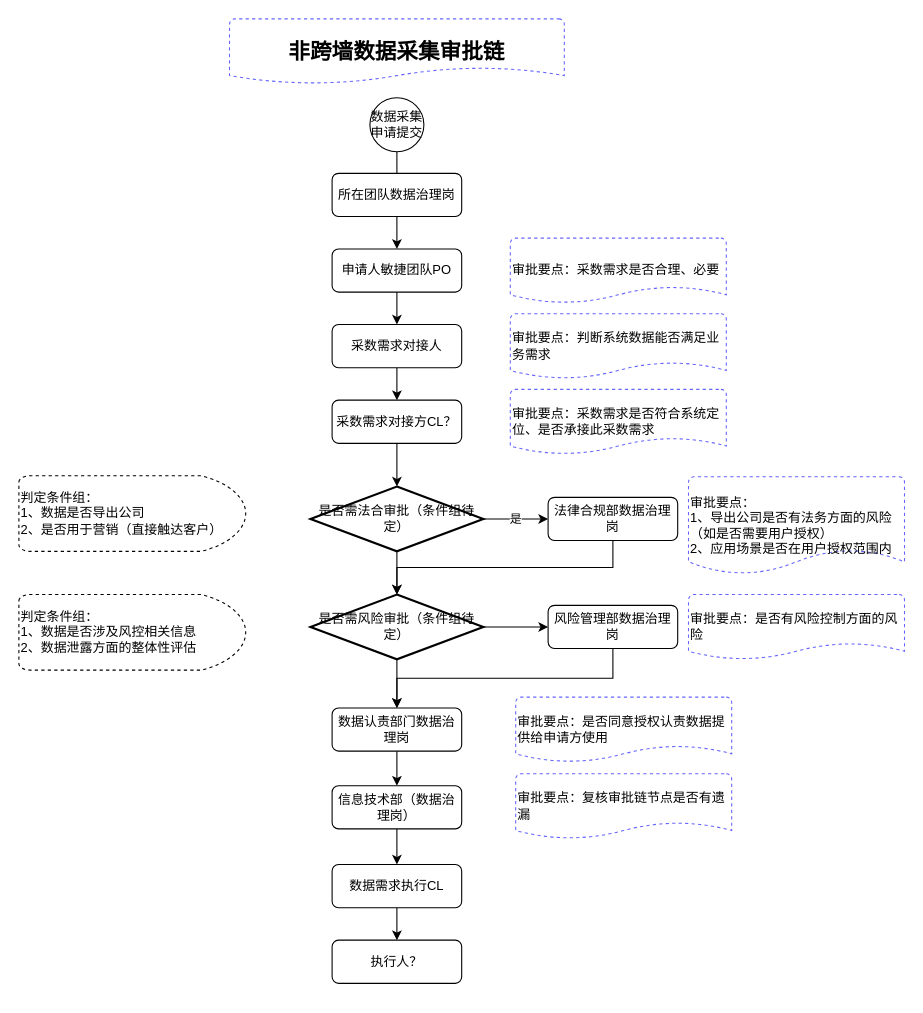
This is 数据授权.drawio from sidonghua/wuziqi, a draw.io file, before an edit. Source tidied: cells renumbered, new cells numbered last; positions are measured from the earlier drawing's top-left corner, leaving out a move shared by most shapes. Both pictures are drawn from the tidied source at 108%, with x=0, y=0 at pixel (18, 18).
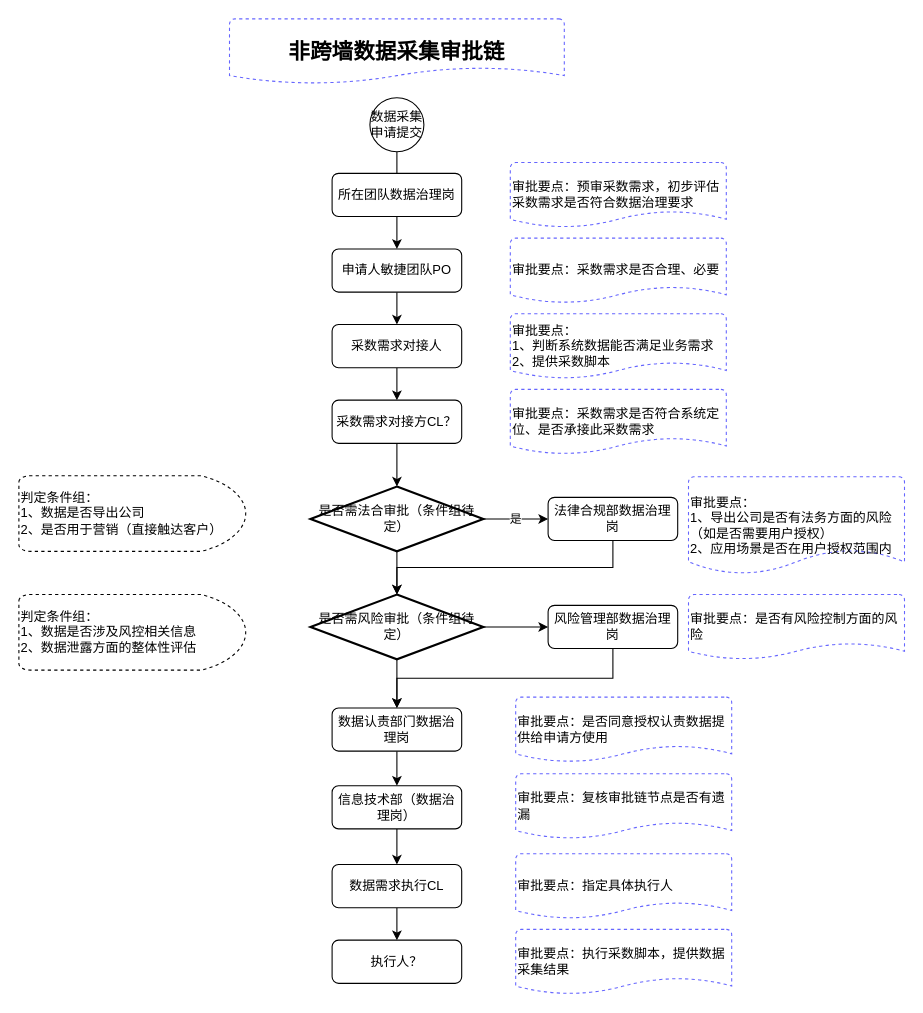
Above is the later version.

The edit, as a diff of the source:
```diff
@@
-    <mxCell id="11" value="审批要点：判断系统数据能否满足业务需求" style="strokeWidth=1;html=1;shape=mxgraph.flowchart.document2;whiteSpace=wrap;size=0.25;strokeColor=#6666FF;align=left;dashed=1;" parent="1" vertex="1">
+    <mxCell id="11" value="审批要点：&lt;br&gt;1、判断系统数据能否满足业务需求&lt;br&gt;2、提供采数脚本" style="strokeWidth=1;html=1;shape=mxgraph.flowchart.document2;whiteSpace=wrap;size=0.25;strokeColor=#6666FF;align=left;dashed=1;" parent="1" vertex="1">
       <mxGeometry x="455" y="273" width="200" height="60" as="geometry" />
     </mxCell>
@@
+    <mxCell id="38" value="审批要点：预审采数需求，初步评估采数需求是否符合数据治理要求" style="strokeWidth=1;html=1;shape=mxgraph.flowchart.document2;whiteSpace=wrap;size=0.25;strokeColor=#6666FF;align=left;dashed=1;" parent="1" vertex="1">
+      <mxGeometry x="455" y="133" width="200" height="60" as="geometry" />
+    </mxCell>
+    <mxCell id="39" value="审批要点：执行采数脚本，提供数据采集结果" style="strokeWidth=1;html=1;shape=mxgraph.flowchart.document2;whiteSpace=wrap;size=0.25;strokeColor=#6666FF;align=left;dashed=1;" parent="1" vertex="1">
+      <mxGeometry x="460" y="843" width="200" height="60" as="geometry" />
+    </mxCell>
+    <mxCell id="40" value="审批要点：指定具体执行人" style="strokeWidth=1;html=1;shape=mxgraph.flowchart.document2;whiteSpace=wrap;size=0.25;strokeColor=#6666FF;align=left;dashed=1;" parent="1" vertex="1">
+      <mxGeometry x="460" y="773" width="200" height="60" as="geometry" />
+    </mxCell>
```
